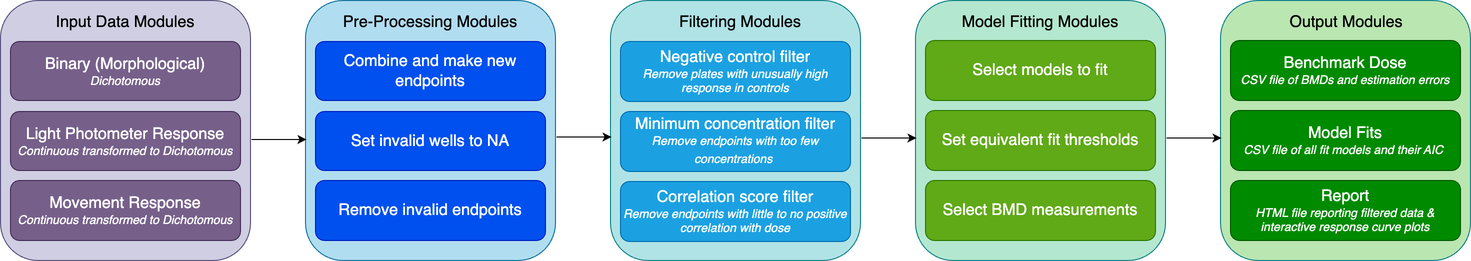
PNNL-CompBio/bmdrc keeps this draw.io diagram as bmdrc.png. Above is the earlier version. Source tidied: cells renumbered, new cells last; positions are measured from the earlier drawing's top-left corner, leaving out a move shared by most shapes. The source it was exported from:
```xml
<mxGraphModel>
  <root>
    <mxCell id="0" />
    <mxCell id="1" parent="0" />
    <mxCell id="2" style="rounded=1;whiteSpace=wrap;html=1;fillColor=#BAE6B1;strokeColor=#0e8088;" parent="1" vertex="1">
      <mxGeometry x="1220" width="250" height="260" as="geometry" />
    </mxCell>
    <mxCell id="3" value="&lt;span style=&quot;font-size: 16px;&quot;&gt;Output Modules&lt;/span&gt;" style="text;html=1;align=center;verticalAlign=middle;whiteSpace=wrap;rounded=0;" parent="1" vertex="1">
      <mxGeometry x="1246" y="7" width="200" height="30" as="geometry" />
    </mxCell>
    <mxCell id="4" style="rounded=1;whiteSpace=wrap;html=1;fillColor=#d0cee2;strokeColor=#56517e;" parent="1" vertex="1">
      <mxGeometry width="250" height="260" as="geometry" />
    </mxCell>
    <mxCell id="5" value="&lt;font style=&quot;&quot;&gt;&lt;span style=&quot;font-size: 16px;&quot;&gt;Binary (Morphological)&lt;/span&gt;&lt;br&gt;&lt;i style=&quot;&quot;&gt;&lt;font style=&quot;font-size: 12px;&quot;&gt;Dichotomous&lt;/font&gt;&lt;/i&gt;&lt;/font&gt;" style="rounded=1;whiteSpace=wrap;html=1;fontSize=12;glass=0;strokeWidth=1;shadow=0;fillColor=#76608a;fontColor=#ffffff;strokeColor=#432D57;" parent="1" vertex="1">
      <mxGeometry x="10" y="41" width="230" height="59" as="geometry" />
    </mxCell>
    <mxCell id="6" value="&lt;font style=&quot;&quot;&gt;&lt;span style=&quot;font-size: 16px;&quot;&gt;Light Photometer Response&lt;/span&gt;&lt;br&gt;&lt;i style=&quot;&quot;&gt;&lt;font style=&quot;font-size: 12px;&quot;&gt;Continuous transformed to Dichotomous&lt;/font&gt;&lt;/i&gt;&lt;/font&gt;" style="rounded=1;whiteSpace=wrap;html=1;fontSize=12;glass=0;strokeWidth=1;shadow=0;fillColor=#76608a;fontColor=#ffffff;strokeColor=#432D57;" parent="1" vertex="1">
      <mxGeometry x="10" y="111" width="230" height="59" as="geometry" />
    </mxCell>
    <mxCell id="7" value="&lt;font style=&quot;&quot;&gt;&lt;span style=&quot;font-size: 16px;&quot;&gt;Movement Response&lt;/span&gt;&lt;br&gt;&lt;i style=&quot;&quot;&gt;&lt;font style=&quot;font-size: 12px;&quot;&gt;Continuous transformed to Dichotomous&lt;/font&gt;&lt;/i&gt;&lt;/font&gt;" style="rounded=1;whiteSpace=wrap;html=1;fontSize=12;glass=0;strokeWidth=1;shadow=0;fillColor=#76608a;fontColor=#ffffff;strokeColor=#432D57;" parent="1" vertex="1">
      <mxGeometry x="10" y="180" width="230" height="60" as="geometry" />
    </mxCell>
    <mxCell id="8" value="&lt;span style=&quot;font-size: 16px;&quot;&gt;Input Data Modules&lt;/span&gt;" style="text;html=1;align=center;verticalAlign=middle;whiteSpace=wrap;rounded=0;" parent="1" vertex="1">
      <mxGeometry x="50" y="7" width="150" height="30" as="geometry" />
    </mxCell>
    <mxCell id="9" value="&lt;font style=&quot;&quot;&gt;&lt;span style=&quot;font-size: 16px;&quot;&gt;Benchmark Dose&lt;/span&gt;&lt;br&gt;&lt;i style=&quot;&quot;&gt;&lt;font style=&quot;font-size: 12px;&quot;&gt;CSV file of BMDs and estimation errors&lt;/font&gt;&lt;/i&gt;&lt;/font&gt;" style="rounded=1;whiteSpace=wrap;html=1;fontSize=12;glass=0;strokeWidth=1;shadow=0;fillColor=#008a00;fontColor=#ffffff;strokeColor=#005700;" parent="1" vertex="1">
      <mxGeometry x="1230" y="40" width="230" height="60" as="geometry" />
    </mxCell>
    <mxCell id="10" value="&lt;font style=&quot;&quot;&gt;&lt;span style=&quot;font-size: 16px;&quot;&gt;Model Fits&lt;/span&gt;&lt;br&gt;&lt;i style=&quot;&quot;&gt;&lt;font style=&quot;font-size: 12px;&quot;&gt;&lt;font style=&quot;&quot;&gt;CSV file of all fit models and their AIC&lt;/font&gt;&lt;font style=&quot;&quot;&gt;&amp;nbsp;&lt;/font&gt;&lt;/font&gt;&lt;/i&gt;&lt;/font&gt;" style="rounded=1;whiteSpace=wrap;html=1;fontSize=12;glass=0;strokeWidth=1;shadow=0;fillColor=#008a00;fontColor=#ffffff;strokeColor=#005700;" parent="1" vertex="1">
      <mxGeometry x="1230" y="110" width="230" height="60" as="geometry" />
    </mxCell>
    <mxCell id="11" value="&lt;font style=&quot;&quot;&gt;&lt;span style=&quot;font-size: 16px;&quot;&gt;Report&lt;/span&gt;&lt;br&gt;&lt;i style=&quot;&quot;&gt;&lt;font style=&quot;font-size: 12px;&quot;&gt;HTML file reporting filtered data &amp;amp; interactive response curve plots&lt;/font&gt;&lt;/i&gt;&lt;/font&gt;" style="rounded=1;whiteSpace=wrap;html=1;fontSize=12;glass=0;strokeWidth=1;shadow=0;fillColor=#008a00;fontColor=#ffffff;strokeColor=#005700;" parent="1" vertex="1">
      <mxGeometry x="1230" y="180" width="230" height="60" as="geometry" />
    </mxCell>
    <mxCell id="12" style="rounded=1;whiteSpace=wrap;html=1;fillColor=#b1ddf0;strokeColor=#10739e;" parent="1" vertex="1">
      <mxGeometry x="305" width="250" height="260" as="geometry" />
    </mxCell>
    <mxCell id="13" value="&lt;span style=&quot;font-size: 16px;&quot;&gt;Pre-Processing Modules&lt;/span&gt;" style="text;html=1;align=center;verticalAlign=middle;whiteSpace=wrap;rounded=0;" parent="1" vertex="1">
      <mxGeometry x="330" y="7" width="200" height="30" as="geometry" />
    </mxCell>
    <mxCell id="14" value="&lt;span style=&quot;font-size: 16px;&quot;&gt;Combine and make new endpoints&lt;/span&gt;" style="rounded=1;whiteSpace=wrap;html=1;fontSize=12;glass=0;strokeWidth=1;shadow=0;fillColor=#0050ef;fontColor=#ffffff;strokeColor=#001DBC;" parent="1" vertex="1">
      <mxGeometry x="315" y="41" width="230" height="59" as="geometry" />
    </mxCell>
    <mxCell id="15" value="&lt;span style=&quot;font-size: 16px;&quot;&gt;Set invalid wells to NA&lt;/span&gt;" style="rounded=1;whiteSpace=wrap;html=1;fontSize=12;glass=0;strokeWidth=1;shadow=0;fillColor=#0050ef;fontColor=#ffffff;strokeColor=#001DBC;" parent="1" vertex="1">
      <mxGeometry x="315" y="111" width="230" height="59" as="geometry" />
    </mxCell>
    <mxCell id="16" style="endArrow=classic;html=1;rounded=0;exitX=1;exitY=0.5;exitDx=0;exitDy=0;entryX=0;entryY=0.5;entryDx=0;entryDy=0;" parent="1" edge="1">
      <mxGeometry relative="1" as="geometry">
        <mxPoint x="251" y="139" as="sourcePoint" />
        <mxPoint x="306" y="139" as="targetPoint" />
        <Array as="points">
          <mxPoint x="281" y="139" />
        </Array>
      </mxGeometry>
    </mxCell>
    <mxCell id="17" style="rounded=1;whiteSpace=wrap;html=1;fillColor=#b0e3e6;strokeColor=#0e8088;" parent="1" vertex="1">
      <mxGeometry x="610" width="250" height="260" as="geometry" />
    </mxCell>
    <mxCell id="18" style="endArrow=classic;html=1;rounded=0;exitX=1;exitY=0.5;exitDx=0;exitDy=0;entryX=0;entryY=0.5;entryDx=0;entryDy=0;" parent="1" edge="1">
      <mxGeometry relative="1" as="geometry">
        <mxPoint x="556" y="136.5" as="sourcePoint" />
        <mxPoint x="611" y="136.5" as="targetPoint" />
      </mxGeometry>
    </mxCell>
    <mxCell id="19" value="&lt;span style=&quot;font-size: 16px;&quot;&gt;Filtering Modules&lt;/span&gt;" style="text;html=1;align=center;verticalAlign=middle;whiteSpace=wrap;rounded=0;" parent="1" vertex="1">
      <mxGeometry x="640" y="7" width="200" height="30" as="geometry" />
    </mxCell>
    <mxCell id="20" value="&lt;span style=&quot;font-size: 16px;&quot;&gt;Negative control filter&lt;/span&gt;&lt;br&gt;&lt;i style=&quot;&quot;&gt;&lt;font style=&quot;font-size: 12px;&quot;&gt;Remove plates with unusually high response in controls&lt;/font&gt;&lt;/i&gt;" style="rounded=1;whiteSpace=wrap;html=1;fontSize=12;glass=0;strokeWidth=1;shadow=0;fillColor=#1ba1e2;fontColor=#ffffff;strokeColor=#006EAF;" parent="1" vertex="1">
      <mxGeometry x="620" y="41" width="230" height="60" as="geometry" />
    </mxCell>
    <mxCell id="21" value="&lt;font style=&quot;&quot;&gt;&lt;font style=&quot;font-size: 16px;&quot;&gt;Minimum concentration filter&lt;/font&gt;&lt;br&gt;&lt;/font&gt;&lt;i style=&quot;border-color: var(--border-color);&quot;&gt;&lt;font style=&quot;border-color: var(--border-color); font-size: 12px;&quot;&gt;Remove endpoints with too few concentrations&amp;nbsp;&lt;/font&gt;&lt;/i&gt;&lt;span style=&quot;font-size: 16px;&quot;&gt;&lt;br&gt;&lt;/span&gt;" style="rounded=1;whiteSpace=wrap;html=1;fontSize=12;glass=0;strokeWidth=1;shadow=0;fillColor=#1ba1e2;fontColor=#ffffff;strokeColor=#006EAF;" parent="1" vertex="1">
      <mxGeometry x="620" y="111" width="230" height="60" as="geometry" />
    </mxCell>
    <mxCell id="22" value="&lt;span style=&quot;font-size: 16px;&quot;&gt;Correlation score filter&lt;/span&gt;&lt;br&gt;&lt;font style=&quot;font-size: 12px;&quot;&gt;&lt;i&gt;Remove endpoints with little to no positive correlation with dose&lt;/i&gt;&lt;/font&gt;" style="rounded=1;whiteSpace=wrap;html=1;fontSize=12;glass=0;strokeWidth=1;shadow=0;fillColor=#1ba1e2;fontColor=#ffffff;strokeColor=#006EAF;" parent="1" vertex="1">
      <mxGeometry x="620" y="181" width="230" height="60" as="geometry" />
    </mxCell>
    <mxCell id="23" style="rounded=1;whiteSpace=wrap;html=1;fillColor=#B4E7CF;strokeColor=#0e8088;" parent="1" vertex="1">
      <mxGeometry x="915" width="250" height="260" as="geometry" />
    </mxCell>
    <mxCell id="24" style="endArrow=classic;html=1;rounded=0;exitX=1;exitY=0.5;exitDx=0;exitDy=0;entryX=0;entryY=0.5;entryDx=0;entryDy=0;" parent="1" edge="1">
      <mxGeometry relative="1" as="geometry">
        <mxPoint x="861" y="137.5" as="sourcePoint" />
        <mxPoint x="916" y="137.5" as="targetPoint" />
      </mxGeometry>
    </mxCell>
    <mxCell id="25" value="&lt;span style=&quot;font-size: 16px;&quot;&gt;Model Fitting Modules&lt;/span&gt;" style="text;html=1;align=center;verticalAlign=middle;whiteSpace=wrap;rounded=0;" parent="1" vertex="1">
      <mxGeometry x="940" y="7" width="200" height="30" as="geometry" />
    </mxCell>
    <mxCell id="26" value="&lt;span style=&quot;font-size: 16px;&quot;&gt;Select models to fit&lt;/span&gt;" style="rounded=1;whiteSpace=wrap;html=1;fontSize=12;glass=0;strokeWidth=1;shadow=0;fillColor=#60a917;fontColor=#ffffff;strokeColor=#2D7600;" parent="1" vertex="1">
      <mxGeometry x="925" y="40" width="230" height="60" as="geometry" />
    </mxCell>
    <mxCell id="27" value="&lt;span style=&quot;font-size: 16px;&quot;&gt;Set equivalent fit thresholds&lt;/span&gt;" style="rounded=1;whiteSpace=wrap;html=1;fontSize=12;glass=0;strokeWidth=1;shadow=0;fillColor=#60a917;fontColor=#ffffff;strokeColor=#2D7600;" parent="1" vertex="1">
      <mxGeometry x="925" y="110" width="230" height="60" as="geometry" />
    </mxCell>
    <mxCell id="28" value="&lt;span style=&quot;font-size: 16px;&quot;&gt;Select BMD measurements&lt;/span&gt;" style="rounded=1;whiteSpace=wrap;html=1;fontSize=12;glass=0;strokeWidth=1;shadow=0;fillColor=#60a917;fontColor=#ffffff;strokeColor=#2D7600;" parent="1" vertex="1">
      <mxGeometry x="925" y="180" width="230" height="60" as="geometry" />
    </mxCell>
    <mxCell id="29" style="endArrow=classic;html=1;rounded=0;exitX=1;exitY=0.5;exitDx=0;exitDy=0;entryX=0;entryY=0.5;entryDx=0;entryDy=0;" parent="1" edge="1">
      <mxGeometry relative="1" as="geometry">
        <mxPoint x="1166" y="137.5" as="sourcePoint" />
        <mxPoint x="1221" y="137.5" as="targetPoint" />
      </mxGeometry>
    </mxCell>
    <mxCell id="30" value="&lt;span style=&quot;font-size: 16px;&quot;&gt;Remove invalid endpoints&lt;/span&gt;" style="rounded=1;whiteSpace=wrap;html=1;fontSize=12;glass=0;strokeWidth=1;shadow=0;fillColor=#0050ef;fontColor=#ffffff;strokeColor=#001DBC;" parent="1" vertex="1">
      <mxGeometry x="315" y="180" width="230" height="60" as="geometry" />
    </mxCell>
  </root>
</mxGraphModel>
```
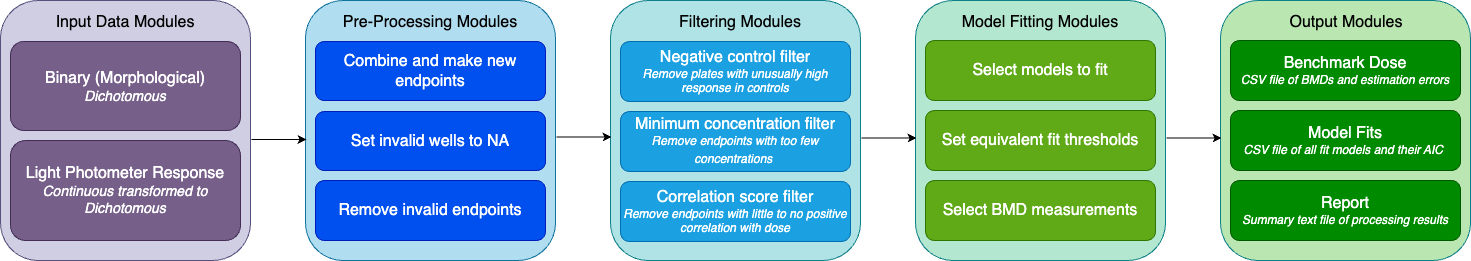
Later version of the same file.

Diff of the diagram source:
```diff
@@ -11,15 +11,12 @@
     <mxCell id="4" style="rounded=1;whiteSpace=wrap;html=1;fillColor=#d0cee2;strokeColor=#56517e;" parent="1" vertex="1">
       <mxGeometry width="250" height="260" as="geometry" />
     </mxCell>
-    <mxCell id="5" value="&lt;font style=&quot;&quot;&gt;&lt;span style=&quot;font-size: 16px;&quot;&gt;Binary (Morphological)&lt;/span&gt;&lt;br&gt;&lt;i style=&quot;&quot;&gt;&lt;font style=&quot;font-size: 12px;&quot;&gt;Dichotomous&lt;/font&gt;&lt;/i&gt;&lt;/font&gt;" style="rounded=1;whiteSpace=wrap;html=1;fontSize=12;glass=0;strokeWidth=1;shadow=0;fillColor=#76608a;fontColor=#ffffff;strokeColor=#432D57;" parent="1" vertex="1">
-      <mxGeometry x="10" y="41" width="230" height="59" as="geometry" />
+    <mxCell id="5" value="&lt;font style=&quot;&quot;&gt;&lt;span style=&quot;font-size: 16px;&quot;&gt;Binary (Morphological)&lt;/span&gt;&lt;br&gt;&lt;i style=&quot;&quot;&gt;&lt;font style=&quot;font-size: 14px;&quot;&gt;Dichotomous&lt;/font&gt;&lt;/i&gt;&lt;/font&gt;" style="rounded=1;whiteSpace=wrap;html=1;fontSize=12;glass=0;strokeWidth=1;shadow=0;fillColor=#76608a;fontColor=#ffffff;strokeColor=#432D57;" parent="1" vertex="1">
+      <mxGeometry x="10" y="41" width="230" height="89" as="geometry" />
     </mxCell>
-    <mxCell id="6" value="&lt;font style=&quot;&quot;&gt;&lt;span style=&quot;font-size: 16px;&quot;&gt;Light Photometer Response&lt;/span&gt;&lt;br&gt;&lt;i style=&quot;&quot;&gt;&lt;font style=&quot;font-size: 12px;&quot;&gt;Continuous transformed to Dichotomous&lt;/font&gt;&lt;/i&gt;&lt;/font&gt;" style="rounded=1;whiteSpace=wrap;html=1;fontSize=12;glass=0;strokeWidth=1;shadow=0;fillColor=#76608a;fontColor=#ffffff;strokeColor=#432D57;" parent="1" vertex="1">
-      <mxGeometry x="10" y="111" width="230" height="59" as="geometry" />
+    <mxCell id="6" value="&lt;font style=&quot;&quot;&gt;&lt;span style=&quot;font-size: 16px;&quot;&gt;Light Photometer Response&lt;/span&gt;&lt;br&gt;&lt;i style=&quot;&quot;&gt;&lt;font style=&quot;font-size: 14px;&quot;&gt;Continuous transformed to Dichotomous&lt;/font&gt;&lt;/i&gt;&lt;/font&gt;" style="rounded=1;whiteSpace=wrap;html=1;fontSize=12;glass=0;strokeWidth=1;shadow=0;fillColor=#76608a;fontColor=#ffffff;strokeColor=#432D57;" parent="1" vertex="1">
+      <mxGeometry x="10" y="140" width="230" height="100" as="geometry" />
     </mxCell>
-    <mxCell id="7" value="&lt;font style=&quot;&quot;&gt;&lt;span style=&quot;font-size: 16px;&quot;&gt;Movement Response&lt;/span&gt;&lt;br&gt;&lt;i style=&quot;&quot;&gt;&lt;font style=&quot;font-size: 12px;&quot;&gt;Continuous transformed to Dichotomous&lt;/font&gt;&lt;/i&gt;&lt;/font&gt;" style="rounded=1;whiteSpace=wrap;html=1;fontSize=12;glass=0;strokeWidth=1;shadow=0;fillColor=#76608a;fontColor=#ffffff;strokeColor=#432D57;" parent="1" vertex="1">
-      <mxGeometry x="10" y="180" width="230" height="60" as="geometry" />
-    </mxCell>
     <mxCell id="8" value="&lt;span style=&quot;font-size: 16px;&quot;&gt;Input Data Modules&lt;/span&gt;" style="text;html=1;align=center;verticalAlign=middle;whiteSpace=wrap;rounded=0;" parent="1" vertex="1">
       <mxGeometry x="50" y="7" width="150" height="30" as="geometry" />
     </mxCell>
@@ -29,7 +26,7 @@
     <mxCell id="10" value="&lt;font style=&quot;&quot;&gt;&lt;span style=&quot;font-size: 16px;&quot;&gt;Model Fits&lt;/span&gt;&lt;br&gt;&lt;i style=&quot;&quot;&gt;&lt;font style=&quot;font-size: 12px;&quot;&gt;&lt;font style=&quot;&quot;&gt;CSV file of all fit models and their AIC&lt;/font&gt;&lt;font style=&quot;&quot;&gt;&amp;nbsp;&lt;/font&gt;&lt;/font&gt;&lt;/i&gt;&lt;/font&gt;" style="rounded=1;whiteSpace=wrap;html=1;fontSize=12;glass=0;strokeWidth=1;shadow=0;fillColor=#008a00;fontColor=#ffffff;strokeColor=#005700;" parent="1" vertex="1">
       <mxGeometry x="1230" y="110" width="230" height="60" as="geometry" />
     </mxCell>
-    <mxCell id="11" value="&lt;font style=&quot;&quot;&gt;&lt;span style=&quot;font-size: 16px;&quot;&gt;Report&lt;/span&gt;&lt;br&gt;&lt;i style=&quot;&quot;&gt;&lt;font style=&quot;font-size: 12px;&quot;&gt;HTML file reporting filtered data &amp;amp; interactive response curve plots&lt;/font&gt;&lt;/i&gt;&lt;/font&gt;" style="rounded=1;whiteSpace=wrap;html=1;fontSize=12;glass=0;strokeWidth=1;shadow=0;fillColor=#008a00;fontColor=#ffffff;strokeColor=#005700;" parent="1" vertex="1">
+    <mxCell id="11" value="&lt;font style=&quot;&quot;&gt;&lt;span style=&quot;font-size: 16px;&quot;&gt;Report&lt;/span&gt;&lt;br&gt;&lt;i&gt;Summary text file of processing results&lt;/i&gt;&lt;br&gt;&lt;/font&gt;" style="rounded=1;whiteSpace=wrap;html=1;fontSize=12;glass=0;strokeWidth=1;shadow=0;fillColor=#008a00;fontColor=#ffffff;strokeColor=#005700;" parent="1" vertex="1">
       <mxGeometry x="1230" y="180" width="230" height="60" as="geometry" />
     </mxCell>
     <mxCell id="12" style="rounded=1;whiteSpace=wrap;html=1;fillColor=#b1ddf0;strokeColor=#10739e;" parent="1" vertex="1">
```
